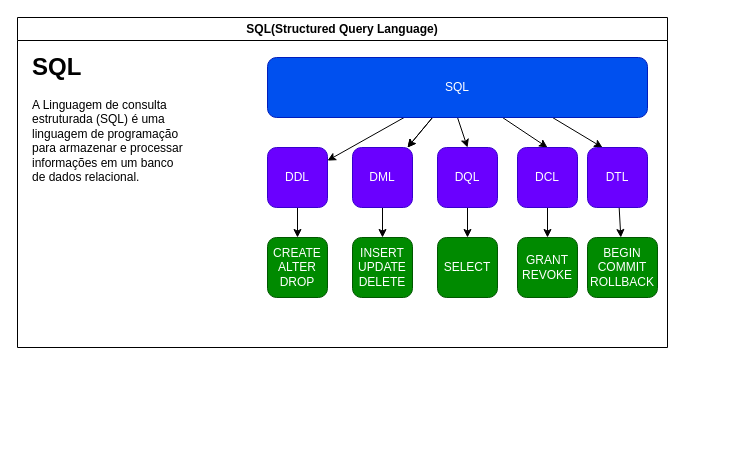
Earlier version of the draw.io diagram aulas/01/SQL.drawio (jessicasamppaio/Banco-Dados-Senac). Source tidied: cells renumbered, new cells numbered last; positions are measured from the earlier drawing's top-left corner, leaving out a move shared by most shapes. Both pictures are drawn from the tidied source at 100%, with x=0, y=0 at pixel (17, 17).
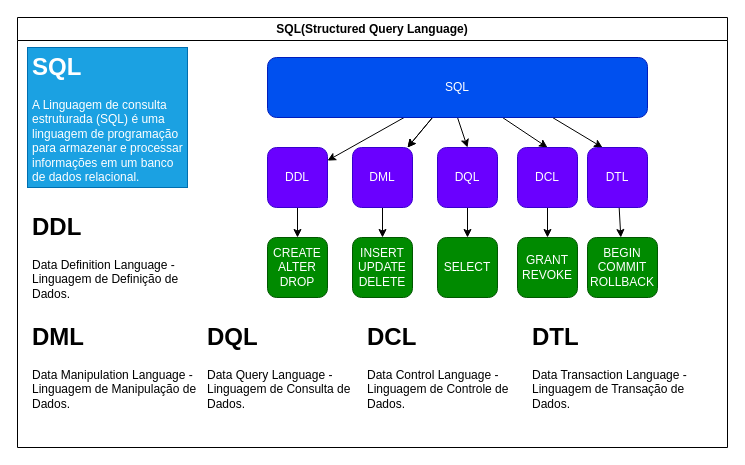
After the change.

Commit message:
Update de diagrama da aula 01

What changed in the source:
```diff
@@
     <mxCell id="2" value="SQL(Structured Query Language)" style="swimlane;whiteSpace=wrap;html=1;" parent="1" vertex="1">
-      <mxGeometry width="650" height="330" as="geometry" />
+      <mxGeometry width="710" height="430" as="geometry" />
     </mxCell>
-    <mxCell id="3" value="&lt;h1&gt;SQL&lt;/h1&gt;&lt;p&gt;A Linguagem de consulta estruturada (SQL) é uma linguagem de programação para armazenar e processar informações em um banco de dados relacional.&lt;/p&gt;" style="text;html=1;strokeColor=none;fillColor=none;spacing=5;spacingTop=-20;whiteSpace=wrap;overflow=hidden;rounded=0;" parent="2" vertex="1">
+    <mxCell id="3" value="&lt;h1&gt;SQL&lt;/h1&gt;&lt;p&gt;A Linguagem de consulta estruturada (SQL) é uma linguagem de programação para armazenar e processar informações em um banco de dados relacional.&lt;/p&gt;" style="text;html=1;strokeColor=#006EAF;fillColor=#1ba1e2;spacing=5;spacingTop=-20;whiteSpace=wrap;overflow=hidden;rounded=0;fontColor=#ffffff;" parent="2" vertex="1">
       <mxGeometry x="10" y="30" width="160" height="140" as="geometry" />
     </mxCell>
@@
+    <mxCell id="26" value="&lt;h1&gt;DDL&lt;/h1&gt;&lt;p&gt;Data Definition Language - Linguagem de Definição de Dados.&lt;/p&gt;" style="text;html=1;strokeColor=none;fillColor=none;spacing=5;spacingTop=-20;whiteSpace=wrap;overflow=hidden;rounded=0;" parent="2" vertex="1">
+      <mxGeometry x="10" y="190" width="190" height="120" as="geometry" />
+    </mxCell>
+    <mxCell id="27" value="&lt;h1&gt;DML&lt;/h1&gt;&lt;p&gt;Data Manipulation Language - Linguagem de Manipulação de Dados.&lt;/p&gt;" style="text;html=1;strokeColor=none;fillColor=none;spacing=5;spacingTop=-20;whiteSpace=wrap;overflow=hidden;rounded=0;" parent="2" vertex="1">
+      <mxGeometry x="10" y="300" width="190" height="120" as="geometry" />
+    </mxCell>
+    <mxCell id="28" value="&lt;h1&gt;DQL&lt;/h1&gt;&lt;p&gt;Data Query Language - Linguagem de Consulta de Dados.&lt;/p&gt;" style="text;html=1;strokeColor=none;fillColor=none;spacing=5;spacingTop=-20;whiteSpace=wrap;overflow=hidden;rounded=0;" parent="2" vertex="1">
+      <mxGeometry x="185" y="300" width="190" height="120" as="geometry" />
+    </mxCell>
+    <mxCell id="29" value="&lt;h1&gt;DCL&lt;/h1&gt;&lt;p&gt;Data Control Language - Linguagem de Controle de Dados.&lt;/p&gt;" style="text;html=1;strokeColor=none;fillColor=none;spacing=5;spacingTop=-20;whiteSpace=wrap;overflow=hidden;rounded=0;" parent="2" vertex="1">
+      <mxGeometry x="345" y="300" width="190" height="120" as="geometry" />
+    </mxCell>
+    <mxCell id="30" value="&lt;h1&gt;DTL&lt;/h1&gt;&lt;p&gt;Data Transaction Language - Linguagem de Transação de Dados.&lt;/p&gt;" style="text;html=1;strokeColor=none;fillColor=none;spacing=5;spacingTop=-20;whiteSpace=wrap;overflow=hidden;rounded=0;" parent="2" vertex="1">
+      <mxGeometry x="510" y="300" width="190" height="120" as="geometry" />
+    </mxCell>
```
